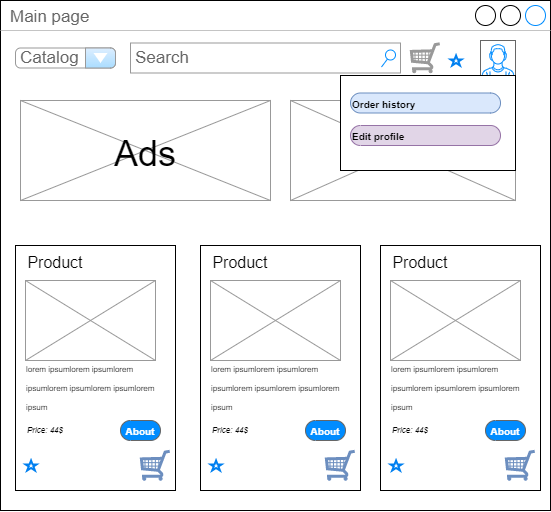
Earlier version of the draw.io export design_stage/design/d6.png (vovanshil95/Web-Project). Source tidied: cells renumbered, new cells last; positions are measured from the earlier drawing's top-left corner, leaving out a move shared by most shapes.
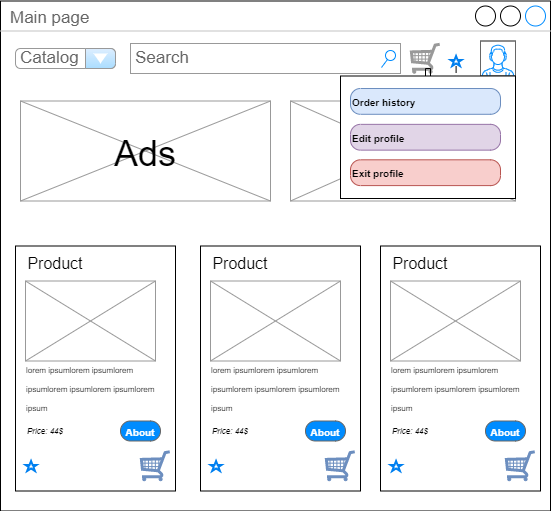
Later version of the same file.

What changed in the source:
```diff
@@ -107,23 +107,29 @@
     <mxCell id="36" value="Catalog" style="strokeWidth=1;shadow=0;dashed=0;align=center;html=1;shape=mxgraph.mockup.forms.comboBox;strokeColor=#999999;fillColor=#ddeeff;align=left;fillColor2=#aaddff;mainText=;fontColor=#666666;fontSize=17;spacingLeft=3;" parent="1" vertex="1">
       <mxGeometry x="15" y="47.5" width="100" height="20" as="geometry" />
     </mxCell>
-    <mxCell id="37" style="html=1;verticalLabelPosition=bottom;align=center;labelBackgroundColor=#ffffff;verticalAlign=top;strokeWidth=2;strokeColor=#0080F0;shadow=0;dashed=0;shape=mxgraph.ios7.icons.star;fontSize=8;fontColor=#000000;" parent="1" vertex="1">
-      <mxGeometry x="450" y="55" width="11.1" height="10" as="geometry" />
+    <mxCell id="37" style="edgeStyle=orthogonalEdgeStyle;rounded=0;jettySize=auto;html=1;fontSize=9;" parent="1" edge="1" source="38" target="42">
+      <mxGeometry relative="1" as="geometry" />
     </mxCell>
-    <mxCell id="38" style="group;" parent="1" vertex="1">
-      <mxGeometry x="340" y="75" width="175" height="95" as="geometry" />
+    <mxCell id="38" value="v" style="html=1;verticalLabelPosition=bottom;align=center;labelBackgroundColor=#ffffff;verticalAlign=top;strokeWidth=2;strokeColor=#0080F0;shadow=0;dashed=0;shape=mxgraph.ios7.icons.star;fontSize=8;fontColor=#000000;" parent="1" vertex="1">
+      <mxGeometry x="450" y="55" width="11.1" height="10" as="geometry" />
     </mxCell>
-    <mxCell id="39" value="&lt;font color=&quot;#000000&quot; style=&quot;font-size: 36px&quot;&gt;Ads&lt;/font&gt;" style="text;html=1;strokeColor=none;fillColor=none;align=center;verticalAlign=middle;whiteSpace=wrap;rounded=0;fontSize=10;fontColor=#FFFFFF;" parent="38" vertex="1">
-      <mxGeometry x="32.5" y="57.5" width="60" height="35" as="geometry" />
+    <mxCell id="39" style="group;" parent="1" vertex="1">
+      <mxGeometry x="340" y="75" width="175" height="122.5" as="geometry" />
     </mxCell>
-    <mxCell id="40" style="rounded=0;whiteSpace=wrap;html=1;fontSize=9;" parent="38" vertex="1">
-      <mxGeometry width="175" height="95" as="geometry" />
+    <mxCell id="40" value="&lt;font color=&quot;#000000&quot; style=&quot;font-size: 36px&quot;&gt;Ads&lt;/font&gt;" style="text;html=1;strokeColor=none;fillColor=none;align=center;verticalAlign=middle;whiteSpace=wrap;rounded=0;fontSize=10;fontColor=#FFFFFF;" parent="39" vertex="1">
+      <mxGeometry x="32.5" y="74.1" width="60" height="45.1" as="geometry" />
     </mxCell>
-    <mxCell id="41" value="&lt;span style=&quot;font-size: 10px&quot;&gt;Order history&lt;/span&gt;" style="strokeWidth=1;shadow=0;dashed=0;align=left;html=1;shape=mxgraph.mockup.buttons.button;strokeColor=#6c8ebf;mainText=;buttonStyle=round;fontSize=17;fontStyle=1;fillColor=#dae8fc;whiteSpace=wrap;" parent="38" vertex="1">
-      <mxGeometry x="10" y="17.5" width="150" height="20" as="geometry" />
+    <mxCell id="41" style="rounded=0;whiteSpace=wrap;html=1;fontSize=9;" parent="39" vertex="1">
+      <mxGeometry width="175" height="122.5" as="geometry" />
     </mxCell>
-    <mxCell id="42" value="&lt;font style=&quot;font-size: 10px&quot;&gt;Edit profile&lt;/font&gt;" style="strokeWidth=1;shadow=0;dashed=0;align=left;html=1;shape=mxgraph.mockup.buttons.button;strokeColor=#9673a6;mainText=;buttonStyle=round;fontSize=17;fontStyle=1;fillColor=#e1d5e7;whiteSpace=wrap;" parent="38" vertex="1">
-      <mxGeometry x="10" y="50" width="150" height="20" as="geometry" />
+    <mxCell id="42" value="&lt;span style=&quot;font-size: 10px&quot;&gt;Order history&lt;/span&gt;" style="strokeWidth=1;shadow=0;dashed=0;align=left;html=1;shape=mxgraph.mockup.buttons.button;strokeColor=#6c8ebf;mainText=;buttonStyle=round;fontSize=17;fontStyle=1;fillColor=#dae8fc;whiteSpace=wrap;" parent="39" vertex="1">
+      <mxGeometry x="10" y="12.5" width="150" height="25.8" as="geometry" />
     </mxCell>
+    <mxCell id="43" value="&lt;font style=&quot;font-size: 10px&quot;&gt;Edit profile&lt;/font&gt;" style="strokeWidth=1;shadow=0;dashed=0;align=left;html=1;shape=mxgraph.mockup.buttons.button;strokeColor=#9673a6;mainText=;buttonStyle=round;fontSize=17;fontStyle=1;fillColor=#e1d5e7;whiteSpace=wrap;" parent="39" vertex="1">
+      <mxGeometry x="10" y="48.4" width="150" height="25.8" as="geometry" />
+    </mxCell>
+    <mxCell id="44" value="&lt;font style=&quot;font-size: 10px&quot;&gt;Exit profile&lt;/font&gt;" style="strokeWidth=1;shadow=0;dashed=0;align=left;html=1;shape=mxgraph.mockup.buttons.button;strokeColor=#b85450;mainText=;buttonStyle=round;fontSize=17;fontStyle=1;fillColor=#f8cecc;whiteSpace=wrap;" parent="39" vertex="1">
+      <mxGeometry x="10" y="83.8" width="150" height="25.8" as="geometry" />
+    </mxCell>
   </root>
 </mxGraphModel>
```
